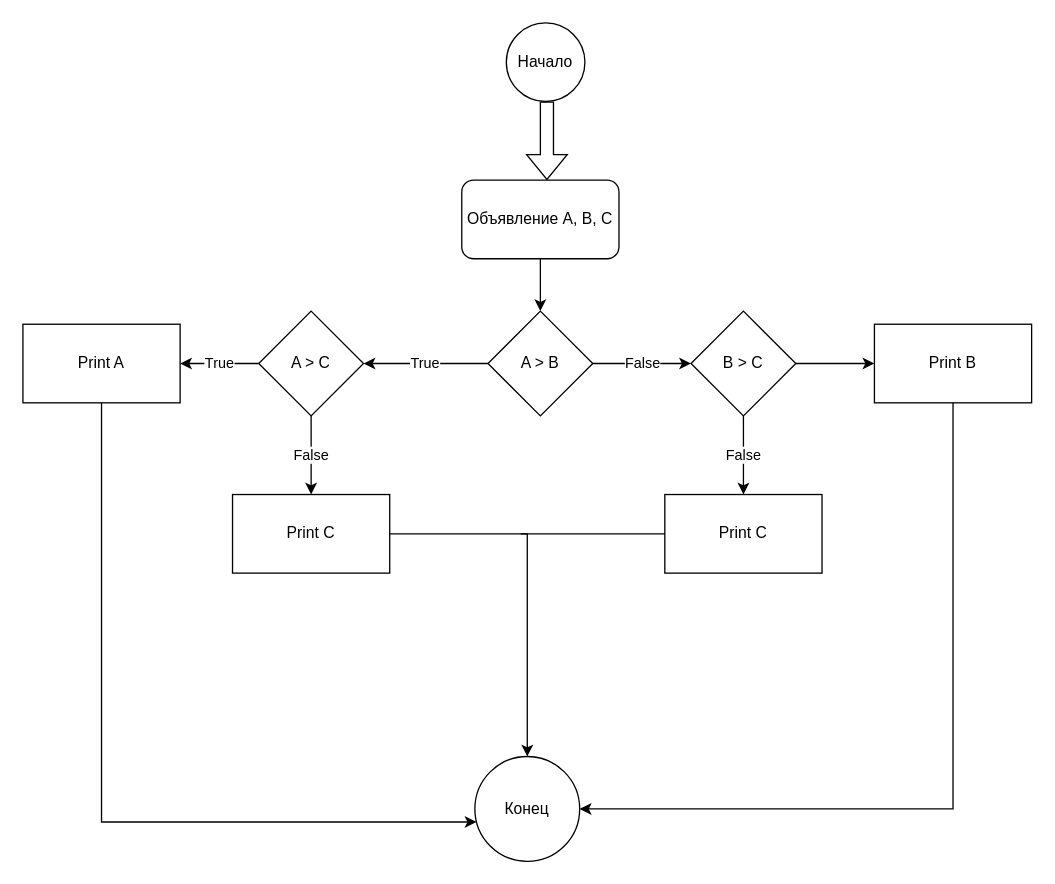
Before: max of 3.drawio in incompr/diagram, a draw.io diagram. Source tidied: cells renumbered, new cells numbered last; positions are measured from the earlier drawing's top-left corner, leaving out a move shared by most shapes. Both pictures are drawn from the tidied source at 131%, with x=0, y=0 at pixel (22, 22).
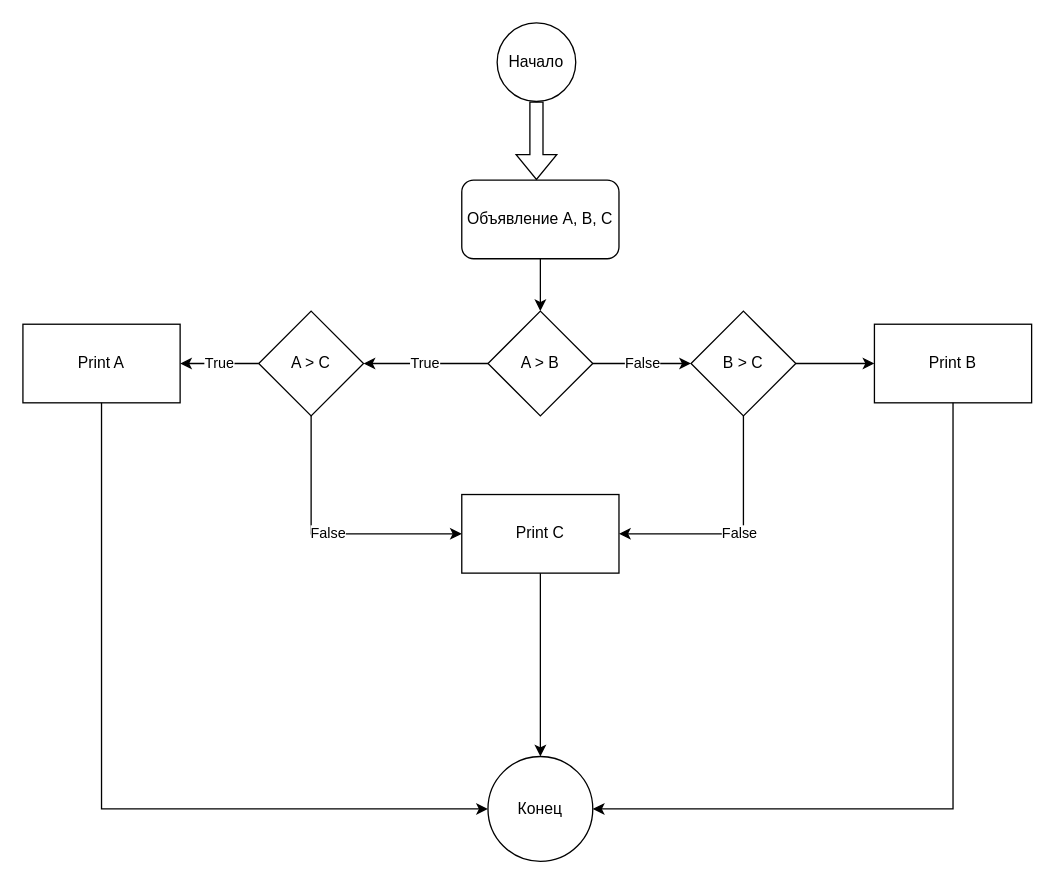
Above is the later version.

The change refers to these unchanged cells:
```xml
<mxCell id="11" value="B &amp;gt; C" style="rhombus;whiteSpace=wrap;html=1;" parent="1" vertex="1">
  <mxGeometry x="510" y="220" width="80" height="80" as="geometry" />
</mxCell>
<mxCell id="14" value="A &amp;gt; C" style="rhombus;whiteSpace=wrap;html=1;" parent="1" vertex="1">
  <mxGeometry x="180" y="220" width="80" height="80" as="geometry" />
</mxCell>
<mxCell id="16" value="Print A" style="whiteSpace=wrap;html=1;" parent="1" vertex="1">
  <mxGeometry y="230" width="120" height="60" as="geometry" />
</mxCell>
```

What changed in the source:
```diff
@@
     <mxCell id="2" value="Начало" style="ellipse;whiteSpace=wrap;html=1;" parent="1" vertex="1">
-      <mxGeometry x="369" width="60" height="60" as="geometry" />
+      <mxGeometry x="362" width="60" height="60" as="geometry" />
     </mxCell>
     <mxCell id="3" style="shape=flexArrow;endArrow=classic;html=1;rounded=0;" parent="1" edge="1">
       <mxGeometry relative="1" as="geometry">
-        <mxPoint x="400" y="60" as="sourcePoint" />
-        <mxPoint x="400" y="120" as="targetPoint" />
+        <mxPoint x="392" y="60" as="sourcePoint" />
+        <mxPoint x="392" y="120" as="targetPoint" />
       </mxGeometry>
     </mxCell>
@@
-    <mxCell id="10" value="False" style="edgeStyle=orthogonalEdgeStyle;rounded=0;jettySize=auto;html=1;" parent="1" edge="1" source="11" target="21">
-      <mxGeometry relative="1" as="geometry" />
+    <mxCell id="10" value="False" style="edgeStyle=orthogonalEdgeStyle;rounded=0;jettySize=auto;html=1;entryX=1;entryY=0.5;entryDx=0;entryDy=0;" parent="1" edge="1" source="11" target="17">
+      <mxGeometry relative="1" as="geometry">
+        <Array as="points">
+          <mxPoint x="550" y="390" />
+        </Array>
+      </mxGeometry>
     </mxCell>
@@
     <mxCell id="13" value="False" style="edgeStyle=orthogonalEdgeStyle;rounded=0;jettySize=auto;html=1;" parent="1" edge="1" source="14" target="17">
-      <mxGeometry relative="1" as="geometry" />
+      <mxGeometry relative="1" as="geometry">
+        <Array as="points">
+          <mxPoint x="220" y="390" />
+        </Array>
+      </mxGeometry>
     </mxCell>
@@
-    <mxCell id="15" style="edgeStyle=orthogonalEdgeStyle;rounded=0;jettySize=auto;html=1;" parent="1" edge="1" source="16" target="18">
-      <mxGeometry relative="1" as="geometry">
-        <Array as="points">
-          <mxPoint x="60" y="610" />
-        </Array>
-      </mxGeometry>
-    </mxCell>
@@
+    <mxCell id="19" style="edgeStyle=orthogonalEdgeStyle;rounded=0;jettySize=auto;html=1;exitX=0.5;exitY=1;exitDx=0;exitDy=0;entryX=0.5;entryY=0;entryDx=0;entryDy=0;" parent="1" edge="1" source="17" target="18">
+      <mxGeometry relative="1" as="geometry" />
+    </mxCell>
     <mxCell id="17" value="Print C" style="whiteSpace=wrap;html=1;" parent="1" vertex="1">
-      <mxGeometry x="160" y="360" width="120" height="60" as="geometry" />
+      <mxGeometry x="335" y="360" width="120" height="60" as="geometry" />
     </mxCell>
     <mxCell id="18" value="Конец" style="ellipse;whiteSpace=wrap;html=1;" parent="1" vertex="1">
-      <mxGeometry x="345" y="560" width="80" height="80" as="geometry" />
+      <mxGeometry x="355" y="560" width="80" height="80" as="geometry" />
     </mxCell>
-    <mxCell id="19" style="endArrow=classic;html=1;rounded=0;exitX=1;exitY=0.5;exitDx=0;exitDy=0;entryX=0.5;entryY=0;entryDx=0;entryDy=0;" parent="1" edge="1" source="17" target="18">
-      <mxGeometry relative="1" as="geometry">
-        <Array as="points">
-          <mxPoint x="385" y="390" />
-        </Array>
-      </mxGeometry>
-    </mxCell>
@@
-    <mxCell id="21" value="Print C" style="whiteSpace=wrap;html=1;" parent="1" vertex="1">
-      <mxGeometry x="490" y="360" width="120" height="60" as="geometry" />
-    </mxCell>
-    <mxCell id="22" style="endArrow=none;html=1;rounded=0;entryX=0;entryY=0.5;entryDx=0;entryDy=0;" parent="1" edge="1" target="21">
-      <mxGeometry relative="1" as="geometry">
-        <mxPoint x="380" y="390" as="sourcePoint" />
-      </mxGeometry>
-    </mxCell>
@@
+    <mxCell id="15" style="endArrow=classic;html=1;rounded=0;exitX=0.5;exitY=1;exitDx=0;exitDy=0;entryX=0;entryY=0.5;entryDx=0;entryDy=0;" parent="1" edge="1" source="16" target="18">
+      <mxGeometry relative="1" as="geometry">
+        <Array as="points">
+          <mxPoint x="60" y="600" />
+        </Array>
+      </mxGeometry>
+    </mxCell>
```
